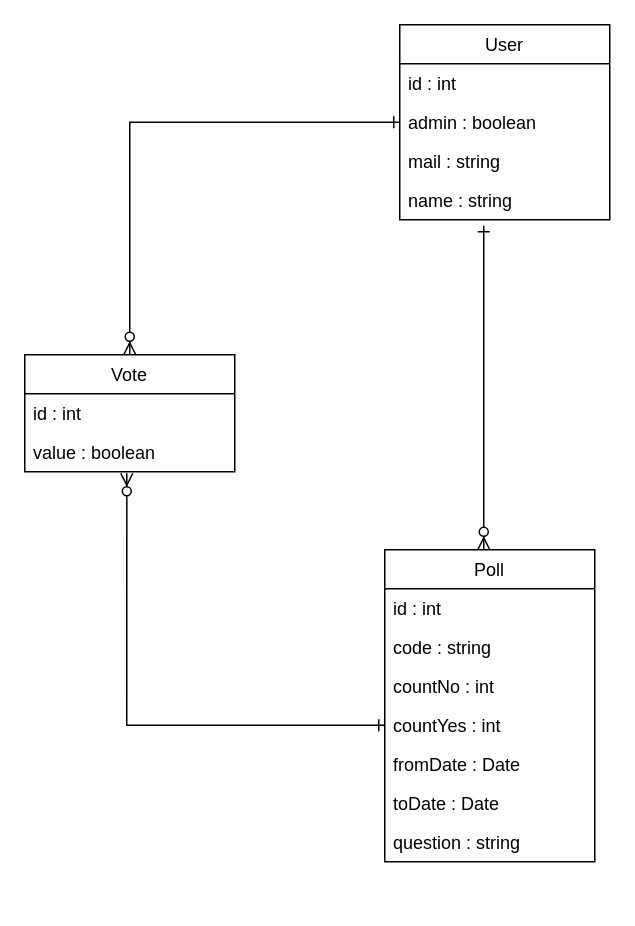
This is illustrations/domainmodel.drawio from DAT250-Project-Groups-1/Design-and-Prototyping-Assignment-A, a draw.io file, before an edit. Source tidied: cells renumbered, new cells numbered last; positions are measured from the earlier drawing's top-left corner, leaving out a move shared by most shapes. Both pictures are drawn from the tidied source at 150%, with x=0, y=0 at pixel (24, 24).
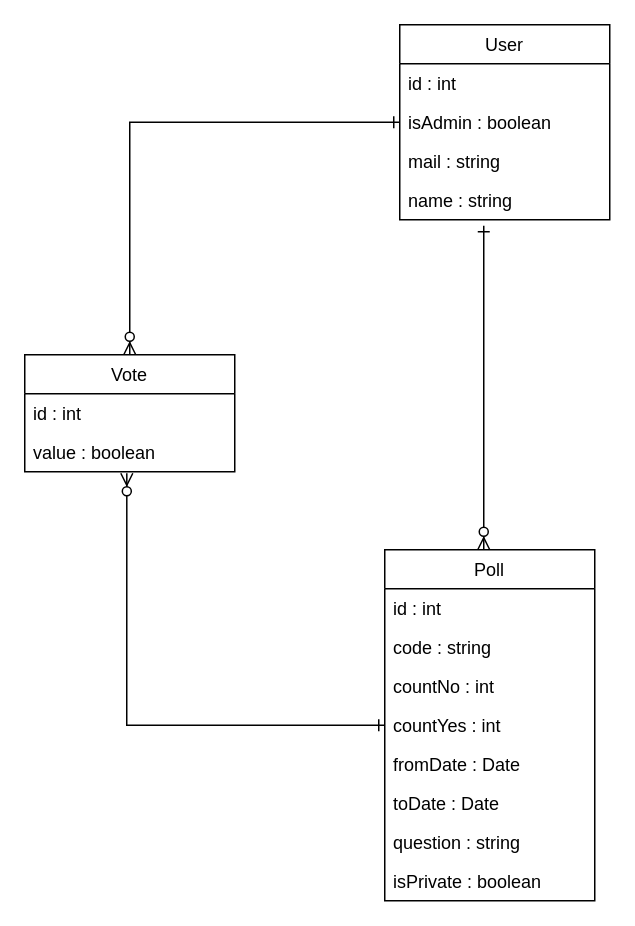
After the change.

The change refers to these unchanged cells:
```xml
<mxCell id="16" value="User" style="swimlane;fontStyle=0;horizontal=1;startSize=26;fillColor=none;" parent="1" vertex="1">
  <mxGeometry x="250" width="140" height="130" as="geometry" />
</mxCell>
```

Diff of the diagram source:
```diff
@@
     <mxCell id="6" value="Poll" style="swimlane;fontStyle=0;horizontal=1;startSize=26;fillColor=none;" parent="1" vertex="1">
-      <mxGeometry x="240" y="350" width="140" height="208" as="geometry" />
+      <mxGeometry x="240" y="350" width="140" height="234" as="geometry" />
     </mxCell>
@@
+    <mxCell id="21" value="isPrivate : boolean" style="text;strokeColor=none;fillColor=none;align=left;verticalAlign=top;spacingLeft=4;spacingRight=4;overflow=hidden;" parent="6" vertex="1">
+      <mxGeometry y="208" width="140" height="26" as="geometry" />
+    </mxCell>
@@
-    <mxCell id="18" value="admin : boolean" style="text;strokeColor=none;fillColor=none;align=left;verticalAlign=top;spacingLeft=4;spacingRight=4;overflow=hidden;points=[[0,0.5],[1,0.5]];portConstraint=eastwest;" parent="16" vertex="1">
+    <mxCell id="18" value="isAdmin : boolean" style="text;strokeColor=none;fillColor=none;align=left;verticalAlign=top;spacingLeft=4;spacingRight=4;overflow=hidden;points=[[0,0.5],[1,0.5]];portConstraint=eastwest;" parent="16" vertex="1">
       <mxGeometry y="52" width="140" height="26" as="geometry" />
     </mxCell>
```
